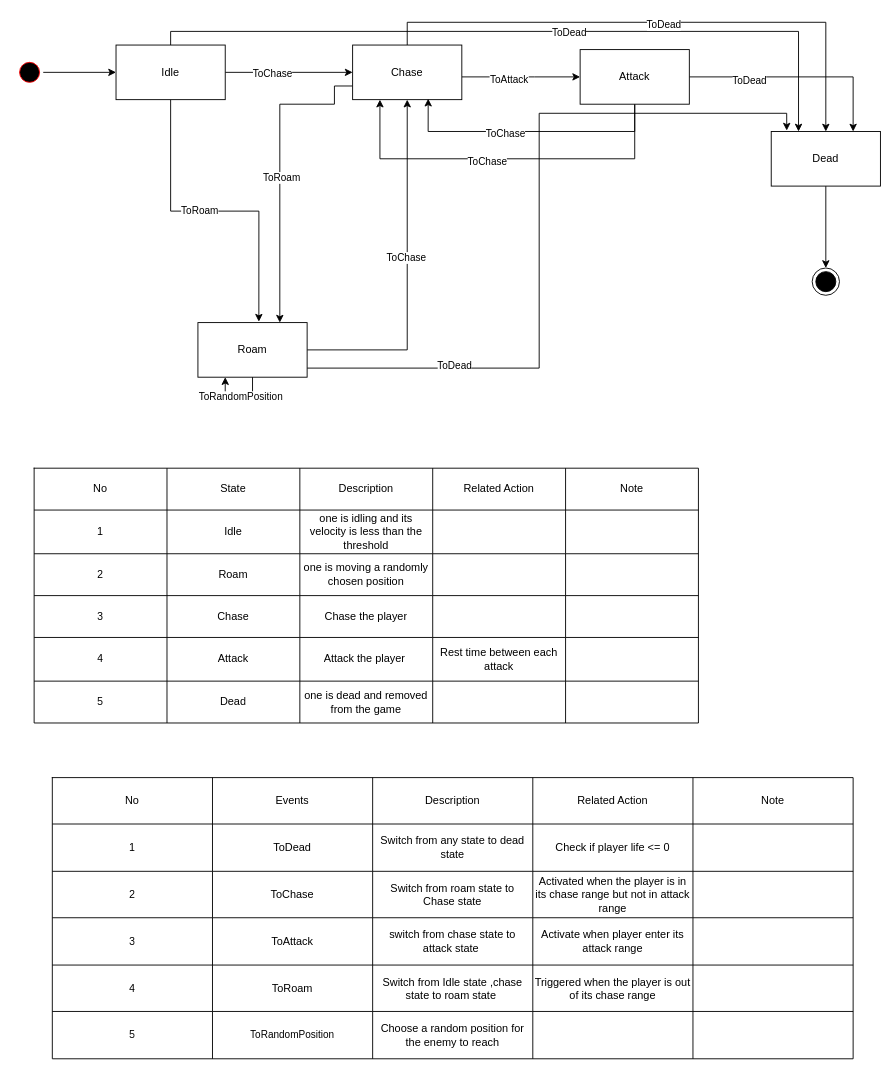
Above: Documents/Slime.drawio in asdqwe02/Project-NDC (draw.io), before the change. Source tidied: cells renumbered, new cells numbered last; positions are measured from the earlier drawing's top-left corner, leaving out a move shared by most shapes. Both pictures are drawn from the tidied source at 91%, with x=0, y=0 at pixel (15, 22).
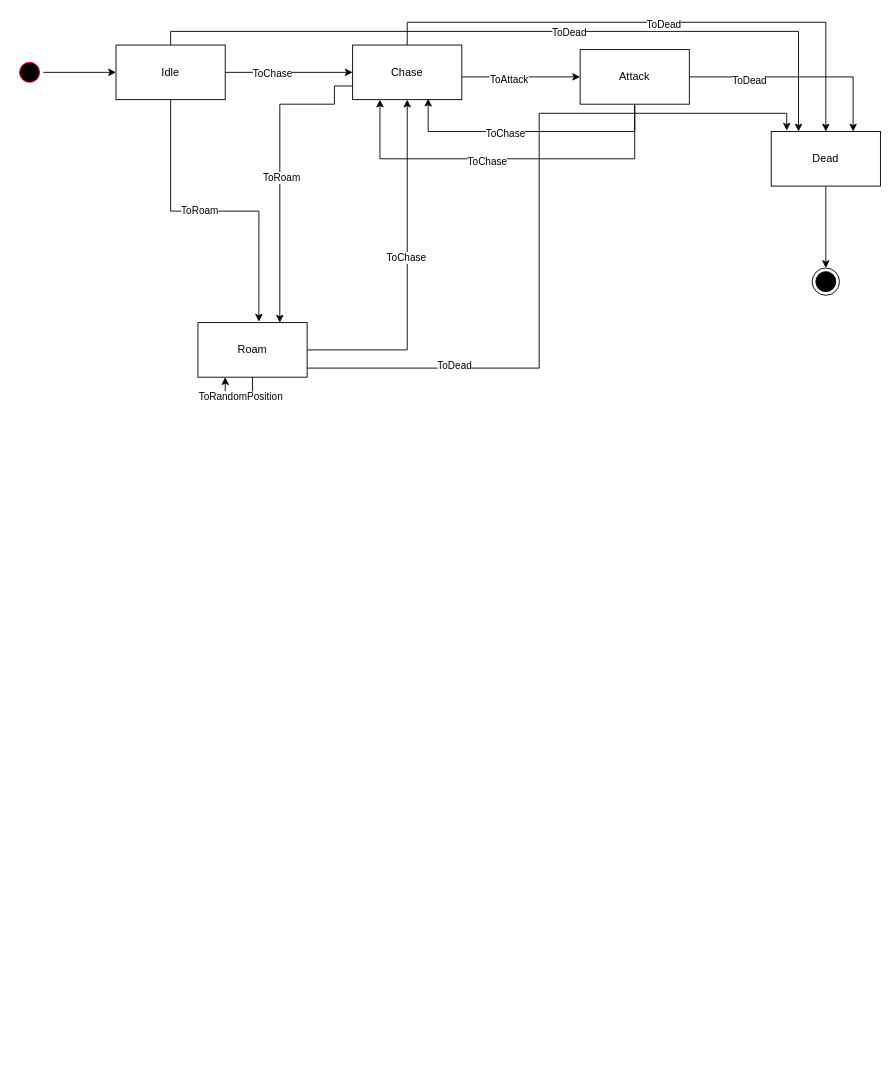
The same diagram, later.

The edit, as a diff of the source:
```diff
@@
-    <mxCell id="33" style="shape=table;startSize=0;childLayout=tableLayout;" parent="1" vertex="1">
-      <mxGeometry x="20" y="490" width="730" height="280" as="geometry" />
-    </mxCell>
-    <mxCell id="34" style="shape=partialRectangle;fillColor=none;top=0;left=0;bottom=0;right=0;" parent="33" vertex="1">
-      <mxGeometry width="730" height="46" as="geometry" />
-    </mxCell>
-    <mxCell id="35" value="No" style="shape=partialRectangle;html=1;whiteSpace=wrap;overflow=hidden;fillColor=none;top=0;left=0;bottom=0;right=0;" parent="34" vertex="1">
-      <mxGeometry width="146" height="46" as="geometry" />
-    </mxCell>
-    <mxCell id="36" value="State" style="shape=partialRectangle;html=1;whiteSpace=wrap;overflow=hidden;fillColor=none;top=0;left=0;bottom=0;right=0;" parent="34" vertex="1">
-      <mxGeometry x="146" width="146" height="46" as="geometry" />
-    </mxCell>
-    <mxCell id="37" value="Description" style="shape=partialRectangle;html=1;whiteSpace=wrap;overflow=hidden;fillColor=none;top=0;left=0;bottom=0;right=0;" parent="34" vertex="1">
-      <mxGeometry x="292" width="146" height="46" as="geometry" />
-    </mxCell>
-    <mxCell id="38" value="Related Action" style="shape=partialRectangle;html=1;whiteSpace=wrap;overflow=hidden;fillColor=none;top=0;left=0;bottom=0;right=0;" parent="34" vertex="1">
-      <mxGeometry x="438" width="146" height="46" as="geometry" />
-    </mxCell>
-    <mxCell id="39" value="Note" style="shape=partialRectangle;html=1;whiteSpace=wrap;overflow=hidden;fillColor=none;top=0;left=0;bottom=0;right=0;" parent="34" vertex="1">
-      <mxGeometry x="584" width="146" height="46" as="geometry" />
-    </mxCell>
-    <mxCell id="40" style="shape=partialRectangle;fillColor=none;top=0;left=0;bottom=0;right=0;" parent="33" vertex="1">
-      <mxGeometry y="46" width="730" height="48" as="geometry" />
-    </mxCell>
-    <mxCell id="41" value="1" style="shape=partialRectangle;html=1;whiteSpace=wrap;overflow=hidden;fillColor=none;top=0;left=0;bottom=0;right=0;" parent="40" vertex="1">
-      <mxGeometry width="146" height="48" as="geometry" />
-    </mxCell>
-    <mxCell id="42" value="Idle" style="shape=partialRectangle;html=1;whiteSpace=wrap;overflow=hidden;fillColor=none;top=0;left=0;bottom=0;right=0;" parent="40" vertex="1">
-      <mxGeometry x="146" width="146" height="48" as="geometry" />
-    </mxCell>
-    <mxCell id="43" value="one is idling and its velocity is less than the threshold" style="shape=partialRectangle;html=1;whiteSpace=wrap;overflow=hidden;fillColor=none;top=0;left=0;bottom=0;right=0;" parent="40" vertex="1">
-      <mxGeometry x="292" width="146" height="48" as="geometry" />
-    </mxCell>
-    <mxCell id="44" style="shape=partialRectangle;html=1;whiteSpace=wrap;overflow=hidden;fillColor=none;top=0;left=0;bottom=0;right=0;" parent="40" vertex="1">
-      <mxGeometry x="438" width="146" height="48" as="geometry" />
-    </mxCell>
-    <mxCell id="45" style="shape=partialRectangle;html=1;whiteSpace=wrap;overflow=hidden;fillColor=none;top=0;left=0;bottom=0;right=0;" parent="40" vertex="1">
-      <mxGeometry x="584" width="146" height="48" as="geometry" />
-    </mxCell>
-    <mxCell id="46" style="shape=partialRectangle;fillColor=none;top=0;left=0;bottom=0;right=0;" parent="33" vertex="1">
-      <mxGeometry y="94" width="730" height="46" as="geometry" />
-    </mxCell>
-    <mxCell id="47" value="2" style="shape=partialRectangle;html=1;whiteSpace=wrap;overflow=hidden;fillColor=none;top=0;left=0;bottom=0;right=0;" parent="46" vertex="1">
-      <mxGeometry width="146" height="46" as="geometry" />
-    </mxCell>
-    <mxCell id="48" value="Roam" style="shape=partialRectangle;html=1;whiteSpace=wrap;overflow=hidden;fillColor=none;top=0;left=0;bottom=0;right=0;" parent="46" vertex="1">
-      <mxGeometry x="146" width="146" height="46" as="geometry" />
-    </mxCell>
-    <mxCell id="49" value="one is moving a randomly chosen position" style="shape=partialRectangle;html=1;whiteSpace=wrap;overflow=hidden;fillColor=none;top=0;left=0;bottom=0;right=0;" parent="46" vertex="1">
-      <mxGeometry x="292" width="146" height="46" as="geometry" />
-    </mxCell>
-    <mxCell id="50" style="shape=partialRectangle;html=1;whiteSpace=wrap;overflow=hidden;fillColor=none;top=0;left=0;bottom=0;right=0;" parent="46" vertex="1">
-      <mxGeometry x="438" width="146" height="46" as="geometry" />
-    </mxCell>
-    <mxCell id="51" style="shape=partialRectangle;html=1;whiteSpace=wrap;overflow=hidden;fillColor=none;top=0;left=0;bottom=0;right=0;" parent="46" vertex="1">
-      <mxGeometry x="584" width="146" height="46" as="geometry" />
-    </mxCell>
-    <mxCell id="52" style="shape=partialRectangle;fillColor=none;top=0;left=0;bottom=0;right=0;" parent="33" vertex="1">
-      <mxGeometry y="140" width="730" height="46" as="geometry" />
-    </mxCell>
-    <mxCell id="53" value="3" style="shape=partialRectangle;html=1;whiteSpace=wrap;overflow=hidden;fillColor=none;top=0;left=0;bottom=0;right=0;" parent="52" vertex="1">
-      <mxGeometry width="146" height="46" as="geometry" />
-    </mxCell>
-    <mxCell id="54" value="Chase" style="shape=partialRectangle;html=1;whiteSpace=wrap;overflow=hidden;fillColor=none;top=0;left=0;bottom=0;right=0;" parent="52" vertex="1">
-      <mxGeometry x="146" width="146" height="46" as="geometry" />
-    </mxCell>
-    <mxCell id="55" value="Chase the player" style="shape=partialRectangle;html=1;whiteSpace=wrap;overflow=hidden;fillColor=none;top=0;left=0;bottom=0;right=0;" parent="52" vertex="1">
-      <mxGeometry x="292" width="146" height="46" as="geometry" />
-    </mxCell>
-    <mxCell id="56" style="shape=partialRectangle;html=1;whiteSpace=wrap;overflow=hidden;fillColor=none;top=0;left=0;bottom=0;right=0;" parent="52" vertex="1">
-      <mxGeometry x="438" width="146" height="46" as="geometry" />
-    </mxCell>
-    <mxCell id="57" style="shape=partialRectangle;html=1;whiteSpace=wrap;overflow=hidden;fillColor=none;top=0;left=0;bottom=0;right=0;" parent="52" vertex="1">
-      <mxGeometry x="584" width="146" height="46" as="geometry" />
-    </mxCell>
-    <mxCell id="58" style="shape=partialRectangle;fillColor=none;top=0;left=0;bottom=0;right=0;" parent="33" vertex="1">
-      <mxGeometry y="186" width="730" height="48" as="geometry" />
-    </mxCell>
-    <mxCell id="59" value="4" style="shape=partialRectangle;html=1;whiteSpace=wrap;overflow=hidden;fillColor=none;top=0;left=0;bottom=0;right=0;" parent="58" vertex="1">
-      <mxGeometry width="146" height="48" as="geometry" />
-    </mxCell>
-    <mxCell id="60" value="Attack" style="shape=partialRectangle;html=1;whiteSpace=wrap;overflow=hidden;fillColor=none;top=0;left=0;bottom=0;right=0;" parent="58" vertex="1">
-      <mxGeometry x="146" width="146" height="48" as="geometry" />
-    </mxCell>
-    <mxCell id="61" value="Attack the player&amp;nbsp;" style="shape=partialRectangle;html=1;whiteSpace=wrap;overflow=hidden;fillColor=none;top=0;left=0;bottom=0;right=0;" parent="58" vertex="1">
-      <mxGeometry x="292" width="146" height="48" as="geometry" />
-    </mxCell>
-    <mxCell id="62" value="Rest time between each attack" style="shape=partialRectangle;html=1;whiteSpace=wrap;overflow=hidden;fillColor=none;top=0;left=0;bottom=0;right=0;" parent="58" vertex="1">
-      <mxGeometry x="438" width="146" height="48" as="geometry" />
-    </mxCell>
-    <mxCell id="63" style="shape=partialRectangle;html=1;whiteSpace=wrap;overflow=hidden;fillColor=none;top=0;left=0;bottom=0;right=0;" parent="58" vertex="1">
-      <mxGeometry x="584" width="146" height="48" as="geometry" />
-    </mxCell>
-    <mxCell id="64" style="shape=partialRectangle;fillColor=none;top=0;left=0;bottom=0;right=0;" parent="33" vertex="1">
-      <mxGeometry y="234" width="730" height="46" as="geometry" />
-    </mxCell>
-    <mxCell id="65" value="5" style="shape=partialRectangle;html=1;whiteSpace=wrap;overflow=hidden;fillColor=none;top=0;left=0;bottom=0;right=0;" parent="64" vertex="1">
-      <mxGeometry width="146" height="46" as="geometry" />
-    </mxCell>
-    <mxCell id="66" value="Dead" style="shape=partialRectangle;html=1;whiteSpace=wrap;overflow=hidden;fillColor=none;top=0;left=0;bottom=0;right=0;" parent="64" vertex="1">
-      <mxGeometry x="146" width="146" height="46" as="geometry" />
-    </mxCell>
-    <mxCell id="67" value="one is dead and removed from the game" style="shape=partialRectangle;html=1;whiteSpace=wrap;overflow=hidden;fillColor=none;top=0;left=0;bottom=0;right=0;" parent="64" vertex="1">
-      <mxGeometry x="292" width="146" height="46" as="geometry" />
-    </mxCell>
-    <mxCell id="68" style="shape=partialRectangle;html=1;whiteSpace=wrap;overflow=hidden;fillColor=none;top=0;left=0;bottom=0;right=0;" parent="64" vertex="1">
-      <mxGeometry x="438" width="146" height="46" as="geometry" />
-    </mxCell>
-    <mxCell id="69" style="shape=partialRectangle;html=1;whiteSpace=wrap;overflow=hidden;fillColor=none;top=0;left=0;bottom=0;right=0;" parent="64" vertex="1">
-      <mxGeometry x="584" width="146" height="46" as="geometry" />
-    </mxCell>
@@
-    <mxCell id="72" style="shape=table;startSize=0;childLayout=tableLayout;" parent="1" vertex="1">
-      <mxGeometry x="40" y="830" width="880" height="309" as="geometry" />
-    </mxCell>
-    <mxCell id="73" style="shape=partialRectangle;fillColor=none;top=0;left=0;bottom=0;right=0;" parent="72" vertex="1">
-      <mxGeometry width="880" height="51" as="geometry" />
-    </mxCell>
-    <mxCell id="74" value="No" style="shape=partialRectangle;html=1;whiteSpace=wrap;overflow=hidden;fillColor=none;top=0;left=0;bottom=0;right=0;" parent="73" vertex="1">
-      <mxGeometry width="176" height="51" as="geometry" />
-    </mxCell>
-    <mxCell id="75" value="Events" style="shape=partialRectangle;html=1;whiteSpace=wrap;overflow=hidden;fillColor=none;top=0;left=0;bottom=0;right=0;" parent="73" vertex="1">
-      <mxGeometry x="176" width="176" height="51" as="geometry" />
-    </mxCell>
-    <mxCell id="76" value="Description" style="shape=partialRectangle;html=1;whiteSpace=wrap;overflow=hidden;fillColor=none;top=0;left=0;bottom=0;right=0;" parent="73" vertex="1">
-      <mxGeometry x="352" width="176" height="51" as="geometry" />
-    </mxCell>
-    <mxCell id="77" value="Related Action" style="shape=partialRectangle;html=1;whiteSpace=wrap;overflow=hidden;fillColor=none;top=0;left=0;bottom=0;right=0;" parent="73" vertex="1">
-      <mxGeometry x="528" width="176" height="51" as="geometry" />
-    </mxCell>
-    <mxCell id="78" value="&lt;span&gt;Note&lt;/span&gt;" style="shape=partialRectangle;html=1;whiteSpace=wrap;overflow=hidden;fillColor=none;top=0;left=0;bottom=0;right=0;" parent="73" vertex="1">
-      <mxGeometry x="704" width="176" height="51" as="geometry" />
-    </mxCell>
-    <mxCell id="79" style="shape=partialRectangle;fillColor=none;top=0;left=0;bottom=0;right=0;" parent="72" vertex="1">
-      <mxGeometry y="51" width="880" height="52" as="geometry" />
-    </mxCell>
-    <mxCell id="80" value="1" style="shape=partialRectangle;html=1;whiteSpace=wrap;overflow=hidden;fillColor=none;top=0;left=0;bottom=0;right=0;" parent="79" vertex="1">
-      <mxGeometry width="176" height="52" as="geometry" />
-    </mxCell>
-    <mxCell id="81" value="ToDead" style="shape=partialRectangle;html=1;whiteSpace=wrap;overflow=hidden;fillColor=none;top=0;left=0;bottom=0;right=0;" parent="79" vertex="1">
-      <mxGeometry x="176" width="176" height="52" as="geometry" />
-    </mxCell>
-    <mxCell id="82" value="Switch from any state to dead state" style="shape=partialRectangle;html=1;whiteSpace=wrap;overflow=hidden;fillColor=none;top=0;left=0;bottom=0;right=0;" parent="79" vertex="1">
-      <mxGeometry x="352" width="176" height="52" as="geometry" />
-    </mxCell>
-    <mxCell id="83" value="Check if player life &amp;lt;= 0" style="shape=partialRectangle;html=1;whiteSpace=wrap;overflow=hidden;fillColor=none;top=0;left=0;bottom=0;right=0;" parent="79" vertex="1">
-      <mxGeometry x="528" width="176" height="52" as="geometry" />
-    </mxCell>
-    <mxCell id="84" style="shape=partialRectangle;html=1;whiteSpace=wrap;overflow=hidden;fillColor=none;top=0;left=0;bottom=0;right=0;" parent="79" vertex="1">
-      <mxGeometry x="704" width="176" height="52" as="geometry" />
-    </mxCell>
-    <mxCell id="85" style="shape=partialRectangle;fillColor=none;top=0;left=0;bottom=0;right=0;" parent="72" vertex="1">
-      <mxGeometry y="103" width="880" height="51" as="geometry" />
-    </mxCell>
-    <mxCell id="86" value="2" style="shape=partialRectangle;html=1;whiteSpace=wrap;overflow=hidden;fillColor=none;top=0;left=0;bottom=0;right=0;" parent="85" vertex="1">
-      <mxGeometry width="176" height="51" as="geometry" />
-    </mxCell>
-    <mxCell id="87" value="ToChase" style="shape=partialRectangle;html=1;whiteSpace=wrap;overflow=hidden;fillColor=none;top=0;left=0;bottom=0;right=0;" parent="85" vertex="1">
-      <mxGeometry x="176" width="176" height="51" as="geometry" />
-    </mxCell>
-    <mxCell id="88" value="Switch from roam state to Chase state" style="shape=partialRectangle;html=1;whiteSpace=wrap;overflow=hidden;fillColor=none;top=0;left=0;bottom=0;right=0;" parent="85" vertex="1">
-      <mxGeometry x="352" width="176" height="51" as="geometry" />
-    </mxCell>
-    <mxCell id="89" value="Activated when the player is in its chase range but not in attack range" style="shape=partialRectangle;html=1;whiteSpace=wrap;overflow=hidden;fillColor=none;top=0;left=0;bottom=0;right=0;" parent="85" vertex="1">
-      <mxGeometry x="528" width="176" height="51" as="geometry" />
-    </mxCell>
-    <mxCell id="90" style="shape=partialRectangle;html=1;whiteSpace=wrap;overflow=hidden;fillColor=none;top=0;left=0;bottom=0;right=0;" parent="85" vertex="1">
-      <mxGeometry x="704" width="176" height="51" as="geometry" />
-    </mxCell>
-    <mxCell id="91" style="shape=partialRectangle;fillColor=none;top=0;left=0;bottom=0;right=0;" parent="72" vertex="1">
-      <mxGeometry y="154" width="880" height="52" as="geometry" />
-    </mxCell>
-    <mxCell id="92" value="3" style="shape=partialRectangle;html=1;whiteSpace=wrap;overflow=hidden;fillColor=none;top=0;left=0;bottom=0;right=0;" parent="91" vertex="1">
-      <mxGeometry width="176" height="52" as="geometry" />
-    </mxCell>
-    <mxCell id="93" value="ToAttack" style="shape=partialRectangle;html=1;whiteSpace=wrap;overflow=hidden;fillColor=none;top=0;left=0;bottom=0;right=0;" parent="91" vertex="1">
-      <mxGeometry x="176" width="176" height="52" as="geometry" />
-    </mxCell>
-    <mxCell id="94" value="switch from chase state to attack state&amp;nbsp;" style="shape=partialRectangle;html=1;whiteSpace=wrap;overflow=hidden;fillColor=none;top=0;left=0;bottom=0;right=0;" parent="91" vertex="1">
-      <mxGeometry x="352" width="176" height="52" as="geometry" />
-    </mxCell>
-    <mxCell id="95" value="Activate when player enter its attack range" style="shape=partialRectangle;html=1;whiteSpace=wrap;overflow=hidden;fillColor=none;top=0;left=0;bottom=0;right=0;" parent="91" vertex="1">
-      <mxGeometry x="528" width="176" height="52" as="geometry" />
-    </mxCell>
-    <mxCell id="96" style="shape=partialRectangle;html=1;whiteSpace=wrap;overflow=hidden;fillColor=none;top=0;left=0;bottom=0;right=0;" parent="91" vertex="1">
-      <mxGeometry x="704" width="176" height="52" as="geometry" />
-    </mxCell>
-    <mxCell id="97" style="shape=partialRectangle;fillColor=none;top=0;left=0;bottom=0;right=0;" parent="72" vertex="1">
-      <mxGeometry y="206" width="880" height="51" as="geometry" />
-    </mxCell>
-    <mxCell id="98" value="4" style="shape=partialRectangle;html=1;whiteSpace=wrap;overflow=hidden;fillColor=none;top=0;left=0;bottom=0;right=0;" parent="97" vertex="1">
-      <mxGeometry width="176" height="51" as="geometry" />
-    </mxCell>
-    <mxCell id="99" value="ToRoam" style="shape=partialRectangle;html=1;whiteSpace=wrap;overflow=hidden;fillColor=none;top=0;left=0;bottom=0;right=0;" parent="97" vertex="1">
-      <mxGeometry x="176" width="176" height="51" as="geometry" />
-    </mxCell>
-    <mxCell id="100" value="Switch from Idle state ,chase state to roam state&amp;nbsp;" style="shape=partialRectangle;html=1;whiteSpace=wrap;overflow=hidden;fillColor=none;top=0;left=0;bottom=0;right=0;" parent="97" vertex="1">
-      <mxGeometry x="352" width="176" height="51" as="geometry" />
-    </mxCell>
-    <mxCell id="101" value="Triggered when the player is out of its chase range" style="shape=partialRectangle;html=1;whiteSpace=wrap;overflow=hidden;fillColor=none;top=0;left=0;bottom=0;right=0;" parent="97" vertex="1">
-      <mxGeometry x="528" width="176" height="51" as="geometry" />
-    </mxCell>
-    <mxCell id="102" style="shape=partialRectangle;html=1;whiteSpace=wrap;overflow=hidden;fillColor=none;top=0;left=0;bottom=0;right=0;" parent="97" vertex="1">
-      <mxGeometry x="704" width="176" height="51" as="geometry" />
-    </mxCell>
-    <mxCell id="103" style="shape=partialRectangle;fillColor=none;top=0;left=0;bottom=0;right=0;" parent="72" vertex="1">
-      <mxGeometry y="257" width="880" height="52" as="geometry" />
-    </mxCell>
-    <mxCell id="104" value="5" style="shape=partialRectangle;html=1;whiteSpace=wrap;overflow=hidden;fillColor=none;top=0;left=0;bottom=0;right=0;" parent="103" vertex="1">
-      <mxGeometry width="176" height="52" as="geometry" />
-    </mxCell>
-    <mxCell id="105" value="&lt;span style=&quot;font-size: 11px ; background-color: rgb(255 , 255 , 255)&quot;&gt;ToRandomPosition&lt;/span&gt;" style="shape=partialRectangle;html=1;whiteSpace=wrap;overflow=hidden;fillColor=none;top=0;left=0;bottom=0;right=0;" parent="103" vertex="1">
-      <mxGeometry x="176" width="176" height="52" as="geometry" />
-    </mxCell>
-    <mxCell id="106" value="Choose a random position for the enemy to reach" style="shape=partialRectangle;html=1;whiteSpace=wrap;overflow=hidden;fillColor=none;top=0;left=0;bottom=0;right=0;" parent="103" vertex="1">
-      <mxGeometry x="352" width="176" height="52" as="geometry" />
-    </mxCell>
-    <mxCell id="107" style="shape=partialRectangle;html=1;whiteSpace=wrap;overflow=hidden;fillColor=none;top=0;left=0;bottom=0;right=0;" parent="103" vertex="1">
-      <mxGeometry x="528" width="176" height="52" as="geometry" />
-    </mxCell>
-    <mxCell id="108" style="shape=partialRectangle;html=1;whiteSpace=wrap;overflow=hidden;fillColor=none;top=0;left=0;bottom=0;right=0;" parent="103" vertex="1">
-      <mxGeometry x="704" width="176" height="52" as="geometry" />
-    </mxCell>
```
